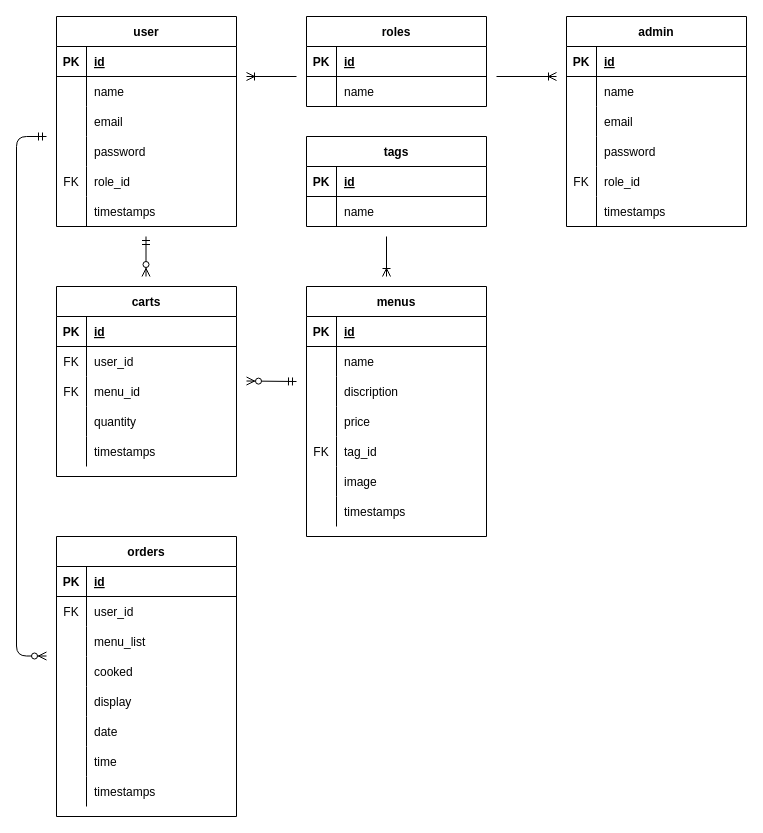
Before: delivery.drawio in nakamura-jin/delivery-app-laravel, a draw.io diagram. Source tidied: cells renumbered, new cells numbered last; positions are measured from the earlier drawing's top-left corner, leaving out a move shared by most shapes. Both pictures are drawn from the tidied source at 100%, with x=0, y=0 at pixel (16, 16).
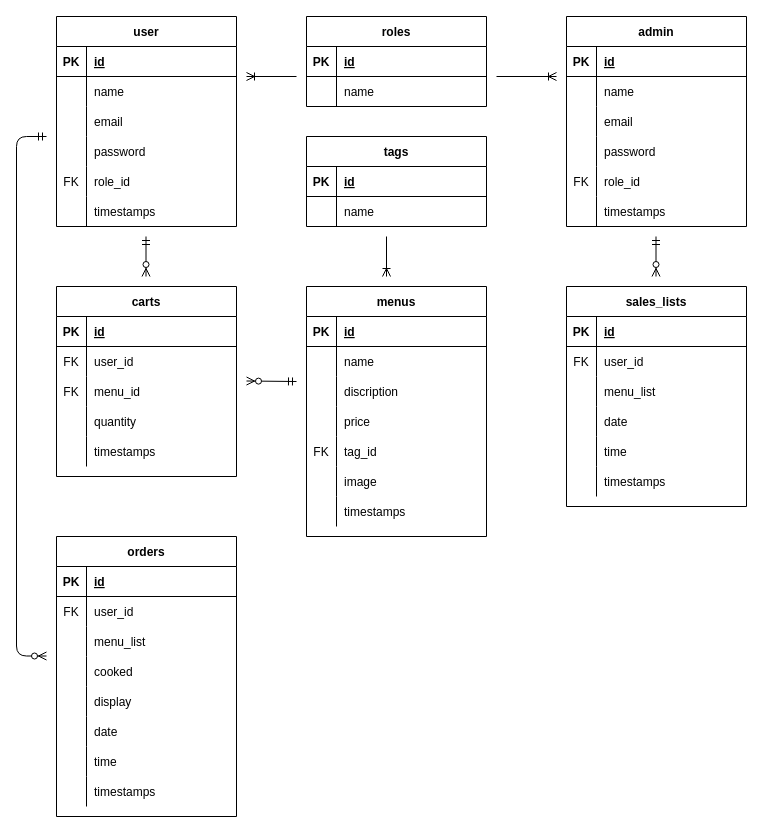
The same diagram, later.

What changed in the source:
```diff
@@
+    <mxCell id="124" value="sales_lists" style="shape=table;startSize=30;childLayout=tableLayout;rowLines=0;fontStyle=1;align=center;" parent="1" vertex="1">
+      <mxGeometry x="550" y="270" width="180" height="220" as="geometry" />
+    </mxCell>
+    <mxCell id="125" style="shape=partialRectangle;fillColor=none;top=0;left=0;bottom=1;right=0;" parent="124" vertex="1">
+      <mxGeometry y="30" width="180" height="30" as="geometry" />
+    </mxCell>
+    <mxCell id="126" value="PK" style="shape=partialRectangle;fillColor=none;top=0;left=0;bottom=0;right=0;fontStyle=1;overflow=hidden;" parent="125" vertex="1">
+      <mxGeometry width="30" height="30" as="geometry" />
+    </mxCell>
+    <mxCell id="127" value="id" style="shape=partialRectangle;fillColor=none;top=0;left=0;bottom=0;right=0;align=left;spacingLeft=6;fontStyle=5;overflow=hidden;" parent="125" vertex="1">
+      <mxGeometry x="30" width="150" height="30" as="geometry" />
+    </mxCell>
+    <mxCell id="128" style="shape=partialRectangle;fillColor=none;top=0;left=0;bottom=0;right=0;" parent="124" vertex="1">
+      <mxGeometry y="60" width="180" height="30" as="geometry" />
+    </mxCell>
+    <mxCell id="129" value="FK" style="shape=partialRectangle;fillColor=none;top=0;left=0;bottom=0;right=0;overflow=hidden;" parent="128" vertex="1">
+      <mxGeometry width="30" height="30" as="geometry" />
+    </mxCell>
+    <mxCell id="130" value="user_id" style="shape=partialRectangle;fillColor=none;top=0;left=0;bottom=0;right=0;align=left;spacingLeft=6;overflow=hidden;" parent="128" vertex="1">
+      <mxGeometry x="30" width="150" height="30" as="geometry" />
+    </mxCell>
+    <mxCell id="131" style="shape=partialRectangle;fillColor=none;top=0;left=0;bottom=0;right=0;" parent="124" vertex="1">
+      <mxGeometry y="90" width="180" height="30" as="geometry" />
+    </mxCell>
+    <mxCell id="132" style="shape=partialRectangle;fillColor=none;top=0;left=0;bottom=0;right=0;overflow=hidden;" parent="131" vertex="1">
+      <mxGeometry width="30" height="30" as="geometry" />
+    </mxCell>
+    <mxCell id="133" value="menu_list" style="shape=partialRectangle;fillColor=none;top=0;left=0;bottom=0;right=0;align=left;spacingLeft=6;overflow=hidden;" parent="131" vertex="1">
+      <mxGeometry x="30" width="150" height="30" as="geometry" />
+    </mxCell>
+    <mxCell id="134" style="shape=partialRectangle;fillColor=none;top=0;left=0;bottom=0;right=0;" parent="124" vertex="1">
+      <mxGeometry y="120" width="180" height="30" as="geometry" />
+    </mxCell>
+    <mxCell id="135" style="shape=partialRectangle;fillColor=none;top=0;left=0;bottom=0;right=0;overflow=hidden;" parent="134" vertex="1">
+      <mxGeometry width="30" height="30" as="geometry" />
+    </mxCell>
+    <mxCell id="136" value="date" style="shape=partialRectangle;fillColor=none;top=0;left=0;bottom=0;right=0;align=left;spacingLeft=6;overflow=hidden;" parent="134" vertex="1">
+      <mxGeometry x="30" width="150" height="30" as="geometry" />
+    </mxCell>
+    <mxCell id="137" style="shape=partialRectangle;fillColor=none;top=0;left=0;bottom=0;right=0;" parent="124" vertex="1">
+      <mxGeometry y="150" width="180" height="30" as="geometry" />
+    </mxCell>
+    <mxCell id="138" style="shape=partialRectangle;fillColor=none;top=0;left=0;bottom=0;right=0;overflow=hidden;" parent="137" vertex="1">
+      <mxGeometry width="30" height="30" as="geometry" />
+    </mxCell>
+    <mxCell id="139" value="time" style="shape=partialRectangle;fillColor=none;top=0;left=0;bottom=0;right=0;align=left;spacingLeft=6;overflow=hidden;" parent="137" vertex="1">
+      <mxGeometry x="30" width="150" height="30" as="geometry" />
+    </mxCell>
+    <mxCell id="140" style="shape=partialRectangle;fillColor=none;top=0;left=0;bottom=0;right=0;" parent="124" vertex="1">
+      <mxGeometry y="180" width="180" height="30" as="geometry" />
+    </mxCell>
+    <mxCell id="141" style="shape=partialRectangle;fillColor=none;top=0;left=0;bottom=0;right=0;overflow=hidden;" parent="140" vertex="1">
+      <mxGeometry width="30" height="30" as="geometry" />
+    </mxCell>
+    <mxCell id="142" value="timestamps" style="shape=partialRectangle;fillColor=none;top=0;left=0;bottom=0;right=0;align=left;spacingLeft=6;overflow=hidden;" parent="140" vertex="1">
+      <mxGeometry x="30" width="150" height="30" as="geometry" />
+    </mxCell>
+    <mxCell id="143" style="fontSize=12;html=1;endArrow=ERzeroToMany;startArrow=ERmandOne;" parent="1" edge="1">
+      <mxGeometry relative="1" as="geometry">
+        <mxPoint x="639.5" y="220" as="sourcePoint" />
+        <mxPoint x="639.5" y="260" as="targetPoint" />
+      </mxGeometry>
+    </mxCell>
```
